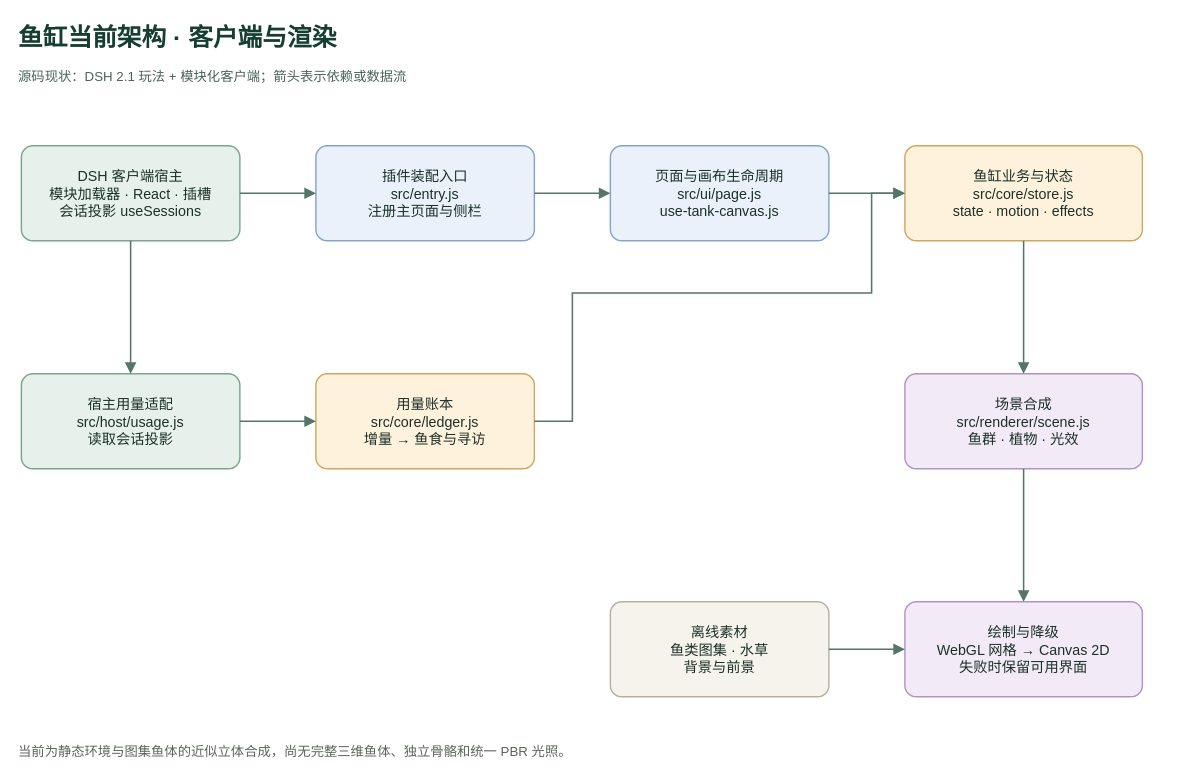
raeqi/dsh-fish-tank keeps this draw.io diagram as page "客户端与渲染" (1 of 2) of spec/architecture.drawio. Above is the earlier version. Source tidied: cells renumbered, new cells numbered last; positions are measured from the earlier drawing's top-left corner, leaving out a move shared by most shapes. Both pictures are drawn from the tidied source at 95%, with x=0, y=0 at pixel (16, 16).
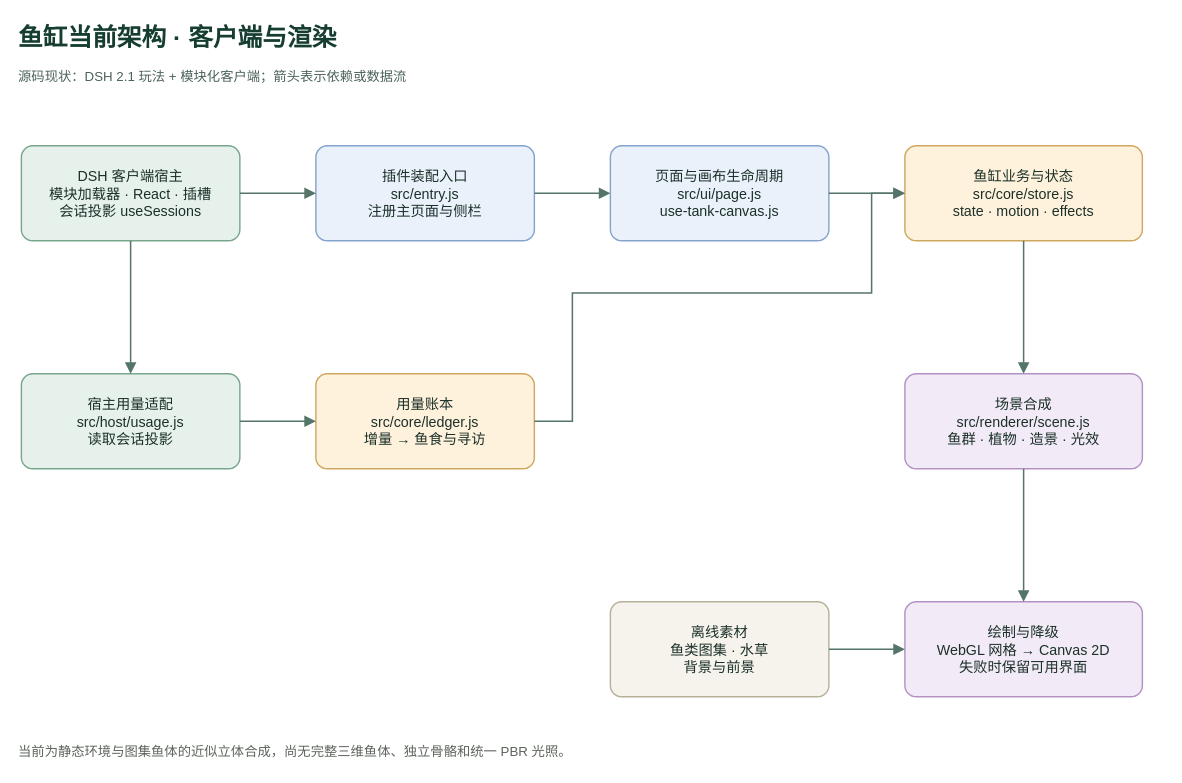
Above is the later version.

What changed in the source:
```diff
@@
-    <mxCell id="10" value="场景合成&#10;src/renderer/scene.js&#10;鱼群 · 植物 · 光效" style="rounded=1;arcSize=12;whiteSpace=wrap;html=1;align=center;verticalAlign=middle;spacing=10;strokeWidth=1.5;fillColor=#f3eaf7;strokeColor=#b393c3;fontColor=#1b3029;fontSize=15;fontFamily=Arial;" parent="1" vertex="1">
+    <mxCell id="10" value="场景合成&#10;src/renderer/scene.js&#10;鱼群 · 植物 · 造景 · 光效" style="rounded=1;arcSize=12;whiteSpace=wrap;html=1;align=center;verticalAlign=middle;spacing=10;strokeWidth=1.5;fillColor=#f3eaf7;strokeColor=#b393c3;fontColor=#1b3029;fontSize=15;fontFamily=Arial;" parent="1" vertex="1">
       <mxGeometry x="935" y="376" width="250" height="100" as="geometry" />
     </mxCell>
```
